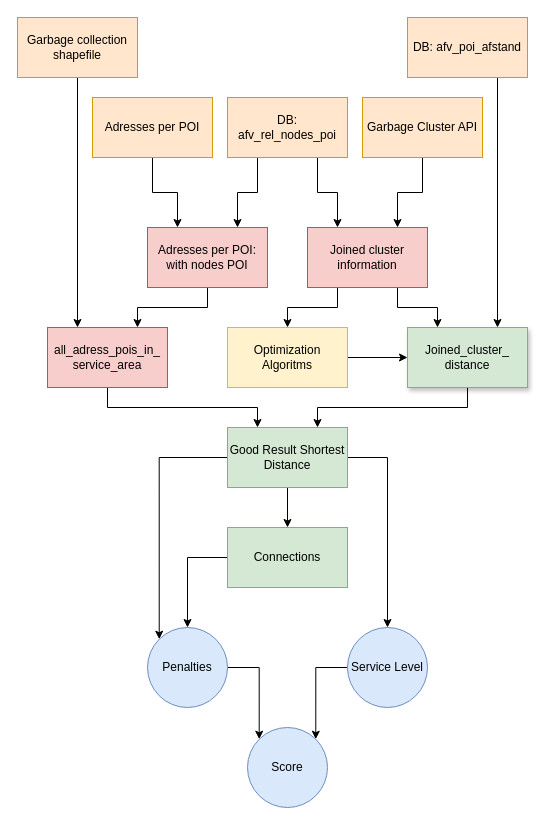
The draw.io diagram Results/20200522 - figures for thesis/Process flow/Untitled Diagram (4) (1).drawio in corne12345/Amsterdam_carbage_thesis, before the edit. Source tidied: cells renumbered, new cells numbered last; positions are measured from the earlier drawing's top-left corner, leaving out a move shared by most shapes. Both pictures are drawn from the tidied source at 100%, with x=0, y=0 at pixel (17, 17).
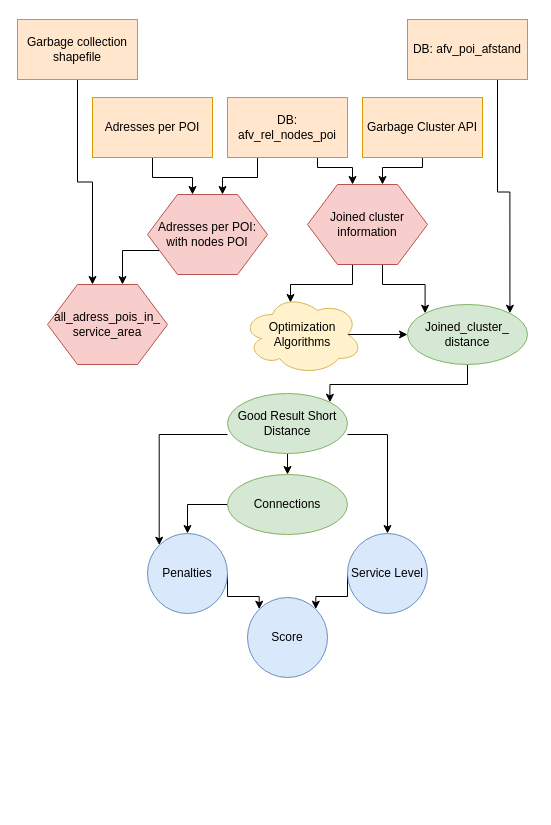
The same diagram, later.

Unchanged cells that the change refers to:
```xml
<mxCell id="3" value="Garbage Cluster API" style="rounded=0;whiteSpace=wrap;html=1;fillColor=#ffe6cc;strokeColor=#d79b00;" parent="1" vertex="1">
  <mxGeometry x="345" y="80" width="120" height="60" as="geometry" />
</mxCell>
<mxCell id="6" value="DB: afv_rel_nodes_poi" style="rounded=0;whiteSpace=wrap;html=1;fillColor=#ffe6cc;strokeColor=#d79b00;" parent="1" vertex="1">
  <mxGeometry x="210" y="80" width="120" height="60" as="geometry" />
</mxCell>
<mxCell id="32" value="Adresses per POI" style="rounded=0;whiteSpace=wrap;html=1;fillColor=#ffe6cc;strokeColor=#d79b00;" parent="1" vertex="1">
  <mxGeometry x="75" y="80" width="120" height="60" as="geometry" />
</mxCell>
```

What changed in the source:
```diff
@@
-    <mxCell id="2" style="edgeStyle=orthogonalEdgeStyle;rounded=0;jettySize=auto;html=1;exitX=0.5;exitY=1;exitDx=0;exitDy=0;entryX=0.75;entryY=0;entryDx=0;entryDy=0;" parent="1" edge="1" source="3" target="15">
-      <mxGeometry relative="1" as="geometry" />
+    <mxCell id="2" style="edgeStyle=orthogonalEdgeStyle;rounded=0;jettySize=auto;html=1;exitX=0.5;exitY=1;exitDx=0;exitDy=0;entryX=0.625;entryY=0;entryDx=0;entryDy=0;" parent="1" edge="1" source="3" target="15">
+      <mxGeometry relative="1" as="geometry">
+        <Array as="points">
+          <mxPoint x="405" y="150" />
+          <mxPoint x="365" y="150" />
+        </Array>
+      </mxGeometry>
     </mxCell>
@@
-    <mxCell id="4" style="edgeStyle=orthogonalEdgeStyle;rounded=0;jettySize=auto;html=1;exitX=0.25;exitY=1;exitDx=0;exitDy=0;entryX=0.75;entryY=0;entryDx=0;entryDy=0;" parent="1" edge="1" source="6" target="34">
+    <mxCell id="4" style="edgeStyle=orthogonalEdgeStyle;rounded=0;jettySize=auto;html=1;exitX=0.25;exitY=1;exitDx=0;exitDy=0;entryX=0.625;entryY=0;entryDx=0;entryDy=0;" parent="1" edge="1" source="6" target="34">
       <mxGeometry relative="1" as="geometry" />
     </mxCell>
-    <mxCell id="5" style="edgeStyle=orthogonalEdgeStyle;rounded=0;jettySize=auto;html=1;exitX=0.75;exitY=1;exitDx=0;exitDy=0;entryX=0.25;entryY=0;entryDx=0;entryDy=0;" parent="1" edge="1" source="6" target="15">
-      <mxGeometry relative="1" as="geometry" />
+    <mxCell id="5" style="edgeStyle=orthogonalEdgeStyle;rounded=0;jettySize=auto;html=1;exitX=0.75;exitY=1;exitDx=0;exitDy=0;entryX=0.375;entryY=0;entryDx=0;entryDy=0;" parent="1" edge="1" source="6" target="15">
+      <mxGeometry relative="1" as="geometry">
+        <Array as="points">
+          <mxPoint x="300" y="150" />
+          <mxPoint x="335" y="150" />
+        </Array>
+      </mxGeometry>
     </mxCell>
@@
-    <mxCell id="7" style="edgeStyle=orthogonalEdgeStyle;rounded=0;jettySize=auto;html=1;exitX=0.75;exitY=1;exitDx=0;exitDy=0;entryX=0.75;entryY=0;entryDx=0;entryDy=0;" parent="1" edge="1" source="8" target="17">
+    <mxCell id="7" style="edgeStyle=orthogonalEdgeStyle;rounded=0;jettySize=auto;html=1;exitX=0.75;exitY=1;exitDx=0;exitDy=0;entryX=1;entryY=0;entryDx=0;entryDy=0;" parent="1" edge="1" source="8" target="17">
       <mxGeometry relative="1" as="geometry" />
     </mxCell>
     <mxCell id="8" value="DB: afv_poi_afstand" style="rounded=0;whiteSpace=wrap;html=1;fillColor=#ffe6cc;strokeColor=#d79b00;" parent="1" vertex="1">
-      <mxGeometry x="390" width="120" height="60" as="geometry" />
+      <mxGeometry x="390" y="2" width="120" height="60" as="geometry" />
     </mxCell>
-    <mxCell id="9" style="edgeStyle=orthogonalEdgeStyle;rounded=0;jettySize=auto;html=1;entryX=0.25;entryY=0;entryDx=0;entryDy=0;" parent="1" edge="1" source="10" target="12">
+    <mxCell id="9" style="edgeStyle=orthogonalEdgeStyle;rounded=0;jettySize=auto;html=1;exitX=0.5;exitY=1;exitDx=0;exitDy=0;entryX=0.375;entryY=0;entryDx=0;entryDy=0;" parent="1" edge="1" source="10" target="12">
       <mxGeometry relative="1" as="geometry" />
     </mxCell>
     <mxCell id="10" value="Garbage collection shapefile" style="rounded=0;whiteSpace=wrap;html=1;fillColor=#ffe6cc;strokeColor=#d79b00;" parent="1" vertex="1">
-      <mxGeometry width="120" height="60" as="geometry" />
+      <mxGeometry y="2" width="120" height="60" as="geometry" />
     </mxCell>
-    <mxCell id="11" style="edgeStyle=orthogonalEdgeStyle;rounded=0;jettySize=auto;html=1;exitX=0.5;exitY=1;exitDx=0;exitDy=0;entryX=0.25;entryY=0;entryDx=0;entryDy=0;" parent="1" edge="1" source="12" target="21">
-      <mxGeometry relative="1" as="geometry" />
-    </mxCell>
-    <mxCell id="12" value="all_adress_pois_in_&lt;br&gt;service_area" style="rounded=0;whiteSpace=wrap;html=1;fillColor=#f8cecc;strokeColor=#b85450;" parent="1" vertex="1">
-      <mxGeometry x="30" y="310" width="120" height="60" as="geometry" />
-    </mxCell>
-    <mxCell id="13" style="edgeStyle=orthogonalEdgeStyle;rounded=0;jettySize=auto;html=1;exitX=0.75;exitY=1;exitDx=0;exitDy=0;entryX=0.25;entryY=0;entryDx=0;entryDy=0;" parent="1" edge="1" source="15" target="17">
-      <mxGeometry relative="1" as="geometry" />
-    </mxCell>
-    <mxCell id="14" style="edgeStyle=orthogonalEdgeStyle;rounded=0;jettySize=auto;html=1;exitX=0.25;exitY=1;exitDx=0;exitDy=0;entryX=0.5;entryY=0;entryDx=0;entryDy=0;" parent="1" edge="1" source="15" target="30">
-      <mxGeometry relative="1" as="geometry" />
-    </mxCell>
-    <mxCell id="15" value="Joined cluster information" style="rounded=0;whiteSpace=wrap;html=1;fillColor=#f8cecc;strokeColor=#b85450;" parent="1" vertex="1">
-      <mxGeometry x="290" y="210" width="120" height="60" as="geometry" />
-    </mxCell>
-    <mxCell id="16" style="edgeStyle=orthogonalEdgeStyle;rounded=0;jettySize=auto;html=1;exitX=0.5;exitY=1;exitDx=0;exitDy=0;entryX=0.75;entryY=0;entryDx=0;entryDy=0;" parent="1" edge="1" source="17" target="21">
-      <mxGeometry relative="1" as="geometry" />
-    </mxCell>
-    <mxCell id="17" value="Joined_cluster_&lt;br&gt;distance" style="rounded=0;whiteSpace=wrap;html=1;fillColor=#d5e8d4;strokeColor=#82b366;shadow=1;" parent="1" vertex="1">
-      <mxGeometry x="390" y="310" width="120" height="60" as="geometry" />
-    </mxCell>
-    <mxCell id="18" style="edgeStyle=orthogonalEdgeStyle;rounded=0;jettySize=auto;html=1;exitX=0.5;exitY=1;exitDx=0;exitDy=0;entryX=0.5;entryY=0;entryDx=0;entryDy=0;" parent="1" edge="1" source="21" target="23">
-      <mxGeometry relative="1" as="geometry" />
-    </mxCell>
-    <mxCell id="19" style="edgeStyle=orthogonalEdgeStyle;rounded=0;jettySize=auto;html=1;exitX=0;exitY=0.5;exitDx=0;exitDy=0;entryX=0;entryY=0;entryDx=0;entryDy=0;" parent="1" edge="1" source="21" target="27">
-      <mxGeometry relative="1" as="geometry" />
+    <mxCell id="19" style="edgeStyle=orthogonalEdgeStyle;rounded=0;jettySize=auto;html=1;exitX=0;exitY=0.5;exitDx=0;exitDy=0;entryX=0;entryY=0;entryDx=0;entryDy=0;" parent="1" edge="1" target="27">
+      <mxGeometry relative="1" as="geometry">
+        <mxPoint x="210" y="417" as="sourcePoint" />
+        <Array as="points">
+          <mxPoint x="142" y="417" />
+        </Array>
+      </mxGeometry>
     </mxCell>
-    <mxCell id="20" style="edgeStyle=orthogonalEdgeStyle;rounded=0;jettySize=auto;html=1;exitX=1;exitY=0.5;exitDx=0;exitDy=0;entryX=0.5;entryY=0;entryDx=0;entryDy=0;" parent="1" edge="1" source="21" target="25">
-      <mxGeometry relative="1" as="geometry" />
+    <mxCell id="20" style="edgeStyle=orthogonalEdgeStyle;rounded=0;jettySize=auto;html=1;exitX=1;exitY=0.5;exitDx=0;exitDy=0;entryX=0.5;entryY=0;entryDx=0;entryDy=0;" parent="1" edge="1" target="25">
+      <mxGeometry relative="1" as="geometry">
+        <mxPoint x="330" y="417" as="sourcePoint" />
+        <Array as="points">
+          <mxPoint x="370" y="417" />
+        </Array>
+      </mxGeometry>
     </mxCell>
-    <mxCell id="21" value="Good Result Shortest Distance" style="rounded=0;whiteSpace=wrap;html=1;fillColor=#d5e8d4;strokeColor=#82b366;" parent="1" vertex="1">
-      <mxGeometry x="210" y="410" width="120" height="60" as="geometry" />
-    </mxCell>
-    <mxCell id="22" style="edgeStyle=orthogonalEdgeStyle;rounded=0;jettySize=auto;html=1;exitX=0;exitY=0.5;exitDx=0;exitDy=0;entryX=0.5;entryY=0;entryDx=0;entryDy=0;" parent="1" edge="1" source="23" target="27">
-      <mxGeometry relative="1" as="geometry" />
-    </mxCell>
-    <mxCell id="23" value="Connections" style="rounded=0;whiteSpace=wrap;html=1;fillColor=#d5e8d4;strokeColor=#82b366;" parent="1" vertex="1">
-      <mxGeometry x="210" y="510" width="120" height="60" as="geometry" />
-    </mxCell>
     <mxCell id="24" style="edgeStyle=orthogonalEdgeStyle;rounded=0;jettySize=auto;html=1;exitX=0;exitY=0.5;exitDx=0;exitDy=0;entryX=1;entryY=0;entryDx=0;entryDy=0;" parent="1" edge="1" source="25" target="28">
-      <mxGeometry relative="1" as="geometry" />
+      <mxGeometry relative="1" as="geometry">
+        <Array as="points">
+          <mxPoint x="298" y="579" />
+        </Array>
+      </mxGeometry>
     </mxCell>
     <mxCell id="25" value="Service Level" style="ellipse;whiteSpace=wrap;html=1;fillColor=#dae8fc;strokeColor=#6c8ebf;" parent="1" vertex="1">
-      <mxGeometry x="330" y="610" width="80" height="80" as="geometry" />
+      <mxGeometry x="330" y="516" width="80" height="80" as="geometry" />
     </mxCell>
     <mxCell id="26" style="edgeStyle=orthogonalEdgeStyle;rounded=0;jettySize=auto;html=1;exitX=1;exitY=0.5;exitDx=0;exitDy=0;entryX=0;entryY=0;entryDx=0;entryDy=0;" parent="1" edge="1" source="27" target="28">
-      <mxGeometry relative="1" as="geometry" />
+      <mxGeometry relative="1" as="geometry">
+        <Array as="points">
+          <mxPoint x="242" y="579" />
+        </Array>
+      </mxGeometry>
     </mxCell>
     <mxCell id="27" value="Penalties" style="ellipse;whiteSpace=wrap;html=1;fillColor=#dae8fc;strokeColor=#6c8ebf;" parent="1" vertex="1">
-      <mxGeometry x="130" y="610" width="80" height="80" as="geometry" />
+      <mxGeometry x="130" y="516" width="80" height="80" as="geometry" />
     </mxCell>
     <mxCell id="28" value="Score" style="ellipse;whiteSpace=wrap;html=1;fillColor=#dae8fc;strokeColor=#6c8ebf;" parent="1" vertex="1">
-      <mxGeometry x="230" y="710" width="80" height="80" as="geometry" />
+      <mxGeometry x="230" y="580" width="80" height="80" as="geometry" />
     </mxCell>
-    <mxCell id="29" style="edgeStyle=orthogonalEdgeStyle;rounded=0;jettySize=auto;html=1;exitX=1;exitY=0.5;exitDx=0;exitDy=0;entryX=0;entryY=0.5;entryDx=0;entryDy=0;" parent="1" edge="1" source="30" target="17">
-      <mxGeometry relative="1" as="geometry" />
+    <mxCell id="29" style="edgeStyle=orthogonalEdgeStyle;rounded=0;orthogonalLoop=1;jettySize=auto;html=1;exitX=1;exitY=0.5;exitDx=0;exitDy=0;entryX=0;entryY=0.5;entryDx=0;entryDy=0;" parent="1" edge="1">
+      <mxGeometry relative="1" as="geometry">
+        <mxPoint x="330" y="317" as="sourcePoint" />
+        <mxPoint x="390" y="317" as="targetPoint" />
+      </mxGeometry>
     </mxCell>
-    <mxCell id="30" value="Optimization Algoritms" style="rounded=0;whiteSpace=wrap;html=1;fillColor=#fff2cc;strokeColor=#d6b656;" parent="1" vertex="1">
-      <mxGeometry x="210" y="310" width="120" height="60" as="geometry" />
-    </mxCell>
-    <mxCell id="31" style="edgeStyle=orthogonalEdgeStyle;rounded=0;jettySize=auto;html=1;exitX=0.5;exitY=1;exitDx=0;exitDy=0;entryX=0.25;entryY=0;entryDx=0;entryDy=0;" parent="1" edge="1" source="32" target="34">
+    <mxCell id="31" style="edgeStyle=orthogonalEdgeStyle;rounded=0;jettySize=auto;html=1;exitX=0.5;exitY=1;exitDx=0;exitDy=0;entryX=0.375;entryY=0;entryDx=0;entryDy=0;" parent="1" edge="1" source="32" target="34">
       <mxGeometry relative="1" as="geometry" />
     </mxCell>
@@
-    <mxCell id="33" style="edgeStyle=orthogonalEdgeStyle;rounded=0;jettySize=auto;html=1;exitX=0.5;exitY=1;exitDx=0;exitDy=0;entryX=0.75;entryY=0;entryDx=0;entryDy=0;" parent="1" edge="1" source="34" target="12">
-      <mxGeometry relative="1" as="geometry" />
+    <mxCell id="33" style="edgeStyle=orthogonalEdgeStyle;rounded=0;jettySize=auto;html=1;exitX=0;exitY=0.75;exitDx=0;exitDy=0;entryX=0.625;entryY=0;entryDx=0;entryDy=0;" parent="1" edge="1" source="34" target="12">
+      <mxGeometry relative="1" as="geometry">
+        <Array as="points">
+          <mxPoint x="105" y="233" />
+        </Array>
+      </mxGeometry>
     </mxCell>
-    <mxCell id="34" value="Adresses per POI: with nodes POI" style="rounded=0;whiteSpace=wrap;html=1;fillColor=#f8cecc;strokeColor=#b85450;" parent="1" vertex="1">
-      <mxGeometry x="130" y="210" width="120" height="60" as="geometry" />
+    <mxCell id="34" value="&lt;span&gt;Adresses per POI: with nodes POI&lt;/span&gt;" style="shape=hexagon;perimeter=hexagonPerimeter2;whiteSpace=wrap;html=1;fillColor=#f8cecc;strokeColor=#b85450;" parent="1" vertex="1">
+      <mxGeometry x="130" y="177" width="120" height="80" as="geometry" />
     </mxCell>
+    <mxCell id="35" style="edgeStyle=orthogonalEdgeStyle;rounded=0;jettySize=auto;html=1;exitX=0.375;exitY=1;exitDx=0;exitDy=0;entryX=0.4;entryY=0.1;entryDx=0;entryDy=0;entryPerimeter=0;" parent="1" edge="1" source="15" target="36">
+      <mxGeometry relative="1" as="geometry" />
+    </mxCell>
+    <mxCell id="13" style="edgeStyle=orthogonalEdgeStyle;rounded=0;jettySize=auto;html=1;exitX=0.625;exitY=1;exitDx=0;exitDy=0;entryX=0;entryY=0;entryDx=0;entryDy=0;" parent="1" edge="1" source="15" target="17">
+      <mxGeometry relative="1" as="geometry" />
+    </mxCell>
+    <mxCell id="15" value="&lt;span&gt;Joined cluster information&lt;/span&gt;" style="shape=hexagon;perimeter=hexagonPerimeter2;whiteSpace=wrap;html=1;fillColor=#f8cecc;strokeColor=#b85450;" parent="1" vertex="1">
+      <mxGeometry x="290" y="167" width="120" height="80" as="geometry" />
+    </mxCell>
+    <mxCell id="12" value="&lt;span&gt;all_adress_pois_in_&lt;/span&gt;&lt;br&gt;&lt;span&gt;service_area&lt;/span&gt;" style="shape=hexagon;perimeter=hexagonPerimeter2;whiteSpace=wrap;html=1;fillColor=#f8cecc;strokeColor=#b85450;" parent="1" vertex="1">
+      <mxGeometry x="30" y="267" width="120" height="80" as="geometry" />
+    </mxCell>
+    <mxCell id="36" value="Optimization&lt;br&gt;Algorithms" style="ellipse;shape=cloud;whiteSpace=wrap;html=1;fillColor=#fff2cc;strokeColor=#d6b656;" parent="1" vertex="1">
+      <mxGeometry x="225" y="277" width="120" height="80" as="geometry" />
+    </mxCell>
+    <mxCell id="37" style="edgeStyle=orthogonalEdgeStyle;rounded=0;jettySize=auto;html=1;exitX=0.5;exitY=1;exitDx=0;exitDy=0;entryX=1;entryY=0;entryDx=0;entryDy=0;" parent="1" edge="1" source="17" target="39">
+      <mxGeometry relative="1" as="geometry">
+        <Array as="points">
+          <mxPoint x="450" y="367" />
+          <mxPoint x="312" y="367" />
+        </Array>
+      </mxGeometry>
+    </mxCell>
+    <mxCell id="17" value="&lt;span&gt;Joined_cluster_&lt;/span&gt;&lt;br&gt;&lt;span&gt;distance&lt;/span&gt;" style="ellipse;whiteSpace=wrap;html=1;rounded=0;glass=0;fillColor=#d5e8d4;strokeColor=#82b366;" parent="1" vertex="1">
+      <mxGeometry x="390" y="287" width="120" height="60" as="geometry" />
+    </mxCell>
+    <mxCell id="38" style="edgeStyle=orthogonalEdgeStyle;rounded=0;jettySize=auto;html=1;exitX=0.5;exitY=1;exitDx=0;exitDy=0;entryX=0.5;entryY=0;entryDx=0;entryDy=0;" parent="1" edge="1" source="39" target="23">
+      <mxGeometry relative="1" as="geometry" />
+    </mxCell>
+    <mxCell id="39" value="Good Result Short Distance" style="ellipse;whiteSpace=wrap;html=1;rounded=0;glass=0;fillColor=#d5e8d4;strokeColor=#82b366;" parent="1" vertex="1">
+      <mxGeometry x="210" y="376" width="120" height="60" as="geometry" />
+    </mxCell>
+    <mxCell id="22" style="edgeStyle=orthogonalEdgeStyle;rounded=0;jettySize=auto;html=1;exitX=0;exitY=0.5;exitDx=0;exitDy=0;" parent="1" edge="1" source="23" target="27">
+      <mxGeometry relative="1" as="geometry" />
+    </mxCell>
+    <mxCell id="23" value="Connections" style="ellipse;whiteSpace=wrap;html=1;rounded=0;glass=0;fillColor=#d5e8d4;strokeColor=#82b366;" parent="1" vertex="1">
+      <mxGeometry x="210" y="457" width="120" height="60" as="geometry" />
+    </mxCell>
```
